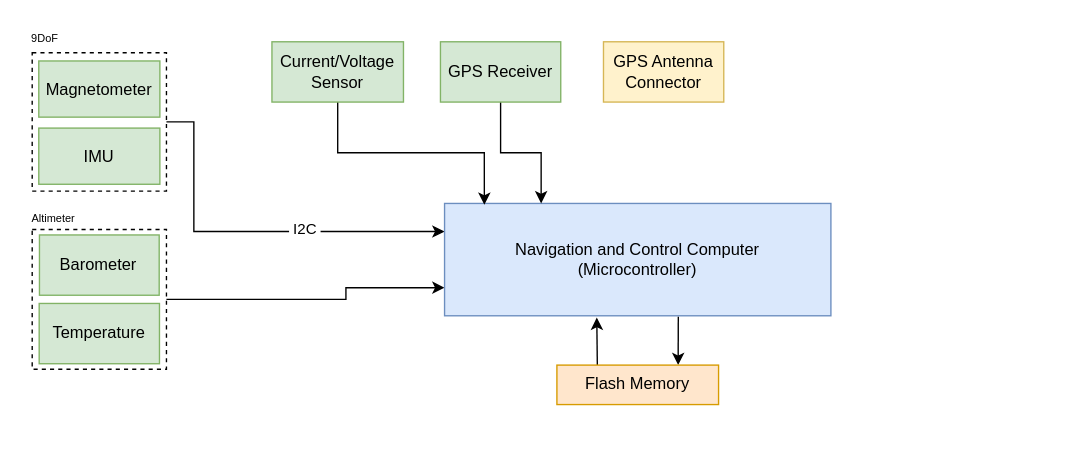
haloship/docs keeps this draw.io diagram as Untitled Diagram.drawio. Above is the earlier version. Source tidied: cells renumbered, new cells numbered last; positions are measured from the earlier drawing's top-left corner, leaving out a move shared by most shapes. Both pictures are drawn from the tidied source at 137%, with x=0, y=0 at pixel (23, 23).
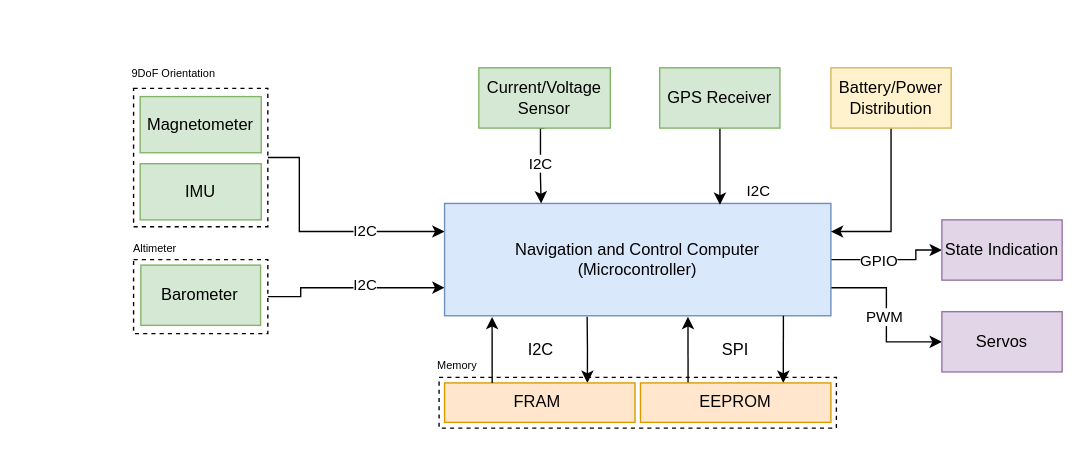
The same page after the edit.

Unchanged cells that the change refers to:
```xml
<mxCell id="7" value="Navigation and Control Computer&lt;br&gt;(Microcontroller)" style="rounded=0;whiteSpace=wrap;html=1;fillColor=#dae8fc;strokeColor=#6c8ebf;" parent="1" vertex="1">
  <mxGeometry x="307" y="131" width="282" height="82" as="geometry" />
</mxCell>
```

Diff of the diagram source:
```diff
@@
     <mxCell id="2" style="edgeStyle=orthogonalEdgeStyle;rounded=0;jettySize=auto;html=1;exitX=1;exitY=0.5;exitDx=0;exitDy=0;entryX=0;entryY=0.75;entryDx=0;entryDy=0;" parent="1" edge="1" source="3" target="7">
       <mxGeometry relative="1" as="geometry">
         <Array as="points">
-          <mxPoint x="235" y="201" />
-          <mxPoint x="235" y="193" />
+          <mxPoint x="202" y="199" />
+          <mxPoint x="202" y="193" />
         </Array>
       </mxGeometry>
     </mxCell>
-    <mxCell id="3" style="rounded=0;whiteSpace=wrap;html=1;fillColor=none;dashed=1;" parent="1" vertex="1">
-      <mxGeometry x="6" y="150" width="98" height="102" as="geometry" />
-    </mxCell>
+    <mxCell id="22" value="I2C" style="edgeLabel;html=1;align=center;verticalAlign=middle;" parent="2" vertex="1">
+      <mxGeometry x="-0.01" y="2" relative="1" as="geometry">
+        <mxPoint x="9.6" as="offset" />
+      </mxGeometry>
+    </mxCell>
     <mxCell id="4" style="edgeStyle=orthogonalEdgeStyle;rounded=0;jettySize=auto;html=1;exitX=1;exitY=0.5;exitDx=0;exitDy=0;entryX=0;entryY=0.25;entryDx=0;entryDy=0;" parent="1" edge="1" source="6" target="7">
       <mxGeometry relative="1" as="geometry">
         <Array as="points">
-          <mxPoint x="124" y="71" />
-          <mxPoint x="124" y="151" />
+          <mxPoint x="201" y="97" />
+          <mxPoint x="201" y="151" />
         </Array>
       </mxGeometry>
     </mxCell>
-    <mxCell id="5" value="&amp;nbsp;I2C&amp;nbsp;" style="edgeLabel;html=1;align=center;verticalAlign=middle;" parent="4" vertex="1">
-      <mxGeometry x="0.27" y="2" relative="1" as="geometry" />
+    <mxCell id="5" value="I2C" style="edgeLabel;html=1;align=center;verticalAlign=middle;" parent="4" vertex="1">
+      <mxGeometry x="0.27" y="2" relative="1" as="geometry">
+        <mxPoint x="8.4" y="0.5" as="offset" />
+      </mxGeometry>
     </mxCell>
     <mxCell id="6" style="rounded=0;whiteSpace=wrap;html=1;fillColor=none;dashed=1;" parent="1" vertex="1">
-      <mxGeometry x="6" y="21" width="98" height="101" as="geometry" />
+      <mxGeometry x="80" y="47" width="98" height="101" as="geometry" />
     </mxCell>
+    <mxCell id="23" style="edgeStyle=orthogonalEdgeStyle;rounded=0;jettySize=auto;html=1;exitX=1;exitY=0.5;exitDx=0;exitDy=0;entryX=0;entryY=0.5;entryDx=0;entryDy=0;startArrow=none;startFill=0;endArrow=classic;endFill=1;" parent="1" edge="1" source="7" target="41">
+      <mxGeometry relative="1" as="geometry">
+        <Array as="points">
+          <mxPoint x="651" y="172" />
+          <mxPoint x="651" y="165" />
+        </Array>
+      </mxGeometry>
+    </mxCell>
+    <mxCell id="24" value="GPIO" style="edgeLabel;html=1;align=center;verticalAlign=middle;" parent="23" vertex="1">
+      <mxGeometry x="-0.74" y="-1" relative="1" as="geometry">
+        <mxPoint x="23.5" y="-1" as="offset" />
+      </mxGeometry>
+    </mxCell>
+    <mxCell id="25" style="edgeStyle=orthogonalEdgeStyle;rounded=0;jettySize=auto;html=1;exitX=1;exitY=0.75;exitDx=0;exitDy=0;entryX=0;entryY=0.5;entryDx=0;entryDy=0;startArrow=none;startFill=0;endArrow=classic;endFill=1;" parent="1" edge="1" source="7" target="42">
+      <mxGeometry relative="1" as="geometry" />
+    </mxCell>
+    <mxCell id="26" value="PWM" style="edgeLabel;html=1;align=center;verticalAlign=middle;" parent="25" vertex="1">
+      <mxGeometry x="-0.35" y="-11" relative="1" as="geometry">
+        <mxPoint x="-0.9" y="9.5" as="offset" />
+      </mxGeometry>
+    </mxCell>
@@
     <mxCell id="8" value="IMU" style="rounded=0;whiteSpace=wrap;html=1;fillColor=#d5e8d4;strokeColor=#82b366;" parent="1" vertex="1">
-      <mxGeometry x="10.8" y="76" width="88.4" height="41" as="geometry" />
+      <mxGeometry x="84.8" y="102" width="88.4" height="41" as="geometry" />
     </mxCell>
-    <mxCell id="9" value="Barometer" style="rounded=0;whiteSpace=wrap;html=1;fillColor=#d5e8d4;strokeColor=#82b366;" parent="1" vertex="1">
-      <mxGeometry x="11.3" y="154" width="87.4" height="44" as="geometry" />
-    </mxCell>
-    <mxCell id="10" value="Temperature" style="rounded=0;whiteSpace=wrap;html=1;fillColor=#d5e8d4;strokeColor=#82b366;" parent="1" vertex="1">
-      <mxGeometry x="11.1" y="204" width="87.8" height="44" as="geometry" />
-    </mxCell>
     <mxCell id="11" value="Magnetometer" style="rounded=0;whiteSpace=wrap;html=1;fillColor=#d5e8d4;strokeColor=#82b366;" parent="1" vertex="1">
-      <mxGeometry x="10.8" y="27" width="88.4" height="41" as="geometry" />
+      <mxGeometry x="84.8" y="53" width="88.4" height="41" as="geometry" />
     </mxCell>
-    <mxCell id="12" value="&lt;font style=&quot;font-size: 8px&quot;&gt;9DoF&lt;/font&gt;" style="text;html=1;align=center;verticalAlign=middle;" parent="1" vertex="1">
-      <mxGeometry width="30" height="20" as="geometry" />
+    <mxCell id="12" value="&lt;font style=&quot;font-size: 8px&quot;&gt;9DoF Orientation&lt;/font&gt;" style="text;html=1;align=left;verticalAlign=middle;" parent="1" vertex="1">
+      <mxGeometry x="77" y="25" width="71" height="20" as="geometry" />
     </mxCell>
-    <mxCell id="13" value="&lt;font style=&quot;font-size: 8px&quot;&gt;Altimeter&lt;/font&gt;" style="text;html=1;align=left;verticalAlign=middle;" parent="1" vertex="1">
-      <mxGeometry x="4" y="131" width="42" height="20" as="geometry" />
-    </mxCell>
-    <mxCell id="14" style="edgeStyle=orthogonalEdgeStyle;rounded=0;jettySize=auto;html=1;exitX=0.5;exitY=1;exitDx=0;exitDy=0;entryX=0.25;entryY=0;entryDx=0;entryDy=0;" parent="1" edge="1" source="15" target="7">
-      <mxGeometry relative="1" as="geometry" />
+    <mxCell id="14" style="edgeStyle=orthogonalEdgeStyle;rounded=0;jettySize=auto;html=1;exitX=0.5;exitY=1;exitDx=0;exitDy=0;" parent="1" edge="1" source="15">
+      <mxGeometry relative="1" as="geometry">
+        <mxPoint x="508" y="132" as="targetPoint" />
+        <Array as="points">
+          <mxPoint x="508" y="132" />
+        </Array>
+      </mxGeometry>
     </mxCell>
+    <mxCell id="27" value="I2C" style="edgeLabel;html=1;align=center;verticalAlign=middle;" parent="14" vertex="1">
+      <mxGeometry x="1" y="21" relative="1" as="geometry">
+        <mxPoint x="6.8" y="-10.2" as="offset" />
+      </mxGeometry>
+    </mxCell>
     <mxCell id="15" value="GPS Receiver" style="rounded=0;whiteSpace=wrap;html=1;fillColor=#d5e8d4;strokeColor=#82b366;" parent="1" vertex="1">
-      <mxGeometry x="304" y="13" width="87.8" height="44" as="geometry" />
+      <mxGeometry x="464" y="32" width="87.8" height="44" as="geometry" />
     </mxCell>
-    <mxCell id="16" style="edgeStyle=orthogonalEdgeStyle;rounded=0;jettySize=auto;html=1;exitX=0.5;exitY=1;exitDx=0;exitDy=0;entryX=0.103;entryY=0.012;entryDx=0;entryDy=0;entryPerimeter=0;" parent="1" edge="1" source="17" target="7">
-      <mxGeometry relative="1" as="geometry" />
+    <mxCell id="16" style="edgeStyle=orthogonalEdgeStyle;rounded=0;jettySize=auto;html=1;exitX=0.5;exitY=1;exitDx=0;exitDy=0;entryX=0.25;entryY=0;entryDx=0;entryDy=0;" parent="1" edge="1" source="17" target="7">
+      <mxGeometry relative="1" as="geometry">
+        <Array as="points">
+          <mxPoint x="377" y="112" />
+          <mxPoint x="377" y="112" />
+        </Array>
+      </mxGeometry>
     </mxCell>
+    <mxCell id="28" value="I2C" style="edgeLabel;html=1;align=center;verticalAlign=middle;" parent="16" vertex="1">
+      <mxGeometry x="-0.04" y="2" relative="1" as="geometry">
+        <mxPoint x="-2.5" y="0.7" as="offset" />
+      </mxGeometry>
+    </mxCell>
     <mxCell id="17" value="Current/Voltage Sensor" style="rounded=0;whiteSpace=wrap;html=1;fillColor=#d5e8d4;strokeColor=#82b366;" parent="1" vertex="1">
-      <mxGeometry x="181" y="13" width="96" height="44" as="geometry" />
+      <mxGeometry x="332" y="32" width="96" height="44" as="geometry" />
     </mxCell>
-    <mxCell id="18" style="edgeStyle=orthogonalEdgeStyle;rounded=0;jettySize=auto;html=1;exitX=0.25;exitY=0;exitDx=0;exitDy=0;entryX=0.394;entryY=1.016;entryDx=0;entryDy=0;entryPerimeter=0;" parent="1" edge="1" source="20" target="7">
-      <mxGeometry relative="1" as="geometry" />
-    </mxCell>
-    <mxCell id="19" style="edgeStyle=orthogonalEdgeStyle;rounded=0;jettySize=auto;html=1;exitX=0.75;exitY=0;exitDx=0;exitDy=0;entryX=0.605;entryY=1.009;entryDx=0;entryDy=0;entryPerimeter=0;startArrow=classic;startFill=1;endArrow=none;endFill=0;" parent="1" edge="1" source="20" target="7">
-      <mxGeometry relative="1" as="geometry" />
-    </mxCell>
+    <mxCell id="29" style="edgeStyle=orthogonalEdgeStyle;rounded=0;jettySize=auto;html=1;exitX=0.75;exitY=0;exitDx=0;exitDy=0;entryX=0.369;entryY=1.009;entryDx=0;entryDy=0;entryPerimeter=0;startArrow=classic;startFill=1;endArrow=none;endFill=0;" parent="1" edge="1" source="20" target="7">
+      <mxGeometry relative="1" as="geometry" />
+    </mxCell>
+    <mxCell id="30" style="edgeStyle=orthogonalEdgeStyle;rounded=0;jettySize=auto;html=1;exitX=0.25;exitY=0;exitDx=0;exitDy=0;startArrow=none;startFill=0;endArrow=classic;endFill=1;entryX=0.63;entryY=1.009;entryDx=0;entryDy=0;entryPerimeter=0;" parent="1" edge="1" source="37" target="7">
+      <mxGeometry relative="1" as="geometry" />
+    </mxCell>
+    <mxCell id="31" style="edgeStyle=orthogonalEdgeStyle;rounded=0;jettySize=auto;html=1;exitX=0.75;exitY=0;exitDx=0;exitDy=0;entryX=0.877;entryY=1;entryDx=0;entryDy=0;entryPerimeter=0;startArrow=classic;startFill=1;endArrow=none;endFill=0;" parent="1" edge="1" source="37" target="7">
+      <mxGeometry relative="1" as="geometry" />
+    </mxCell>
+    <mxCell id="32" value="&lt;font style=&quot;font-size: 8px&quot;&gt;Memory&lt;/font&gt;" style="text;html=1;align=left;verticalAlign=middle;" parent="1" vertex="1">
+      <mxGeometry x="300" y="238" width="39" height="20" as="geometry" />
+    </mxCell>
+    <mxCell id="33" style="edgeStyle=orthogonalEdgeStyle;rounded=0;jettySize=auto;html=1;exitX=0.5;exitY=1;exitDx=0;exitDy=0;entryX=1;entryY=0.25;entryDx=0;entryDy=0;startArrow=none;startFill=0;endArrow=classic;endFill=1;" parent="1" edge="1" source="34" target="7">
+      <mxGeometry relative="1" as="geometry" />
+    </mxCell>
+    <mxCell id="34" value="Battery/Power Distribution" style="rounded=0;whiteSpace=wrap;html=1;fillColor=#fff2cc;strokeColor=#d6b656;" parent="1" vertex="1">
+      <mxGeometry x="589" y="32" width="87.8" height="44" as="geometry" />
+    </mxCell>
+    <mxCell id="35" style="group;" parent="1" vertex="1">
+      <mxGeometry x="303" y="258" width="290" height="37" as="geometry" />
+    </mxCell>
+    <mxCell id="36" style="rounded=0;whiteSpace=wrap;html=1;fillColor=none;dashed=1;" parent="35" vertex="1">
+      <mxGeometry width="290" height="37" as="geometry" />
+    </mxCell>
-    <mxCell id="20" value="Flash Memory" style="rounded=0;whiteSpace=wrap;html=1;fillColor=#ffe6cc;strokeColor=#d79b00;" parent="1" vertex="1">
-      <mxGeometry x="389" y="249" width="118" height="28.8" as="geometry" />
+    <mxCell id="20" value="FRAM&amp;nbsp;" style="rounded=0;whiteSpace=wrap;html=1;fillColor=#ffe6cc;strokeColor=#d79b00;" parent="35" vertex="1">
+      <mxGeometry x="4" y="4" width="139" height="28.8" as="geometry" />
     </mxCell>
-    <mxCell id="21" value="GPS Antenna Connector" style="rounded=0;whiteSpace=wrap;html=1;fillColor=#fff2cc;strokeColor=#d6b656;" parent="1" vertex="1">
-      <mxGeometry x="423" y="13" width="87.8" height="44" as="geometry" />
-    </mxCell>
+    <mxCell id="37" value="EEPROM" style="rounded=0;whiteSpace=wrap;html=1;fillColor=#ffe6cc;strokeColor=#d79b00;" parent="35" vertex="1">
+      <mxGeometry x="147" y="4" width="139" height="28.8" as="geometry" />
+    </mxCell>
+    <mxCell id="38" style="edgeStyle=orthogonalEdgeStyle;rounded=0;jettySize=auto;html=1;exitX=0.25;exitY=0;exitDx=0;exitDy=0;entryX=0.123;entryY=1.01;entryDx=0;entryDy=0;entryPerimeter=0;startArrow=none;startFill=0;endArrow=classic;endFill=1;" parent="1" edge="1" source="20" target="7">
+      <mxGeometry relative="1" as="geometry" />
+    </mxCell>
+    <mxCell id="39" value="I2C" style="text;html=1;align=center;verticalAlign=middle;" parent="1" vertex="1">
+      <mxGeometry x="362" y="229" width="29" height="18" as="geometry" />
+    </mxCell>
+    <mxCell id="40" value="SPI" style="text;html=1;align=center;verticalAlign=middle;" parent="1" vertex="1">
+      <mxGeometry x="504" y="229" width="29" height="18" as="geometry" />
+    </mxCell>
+    <mxCell id="41" value="State Indication" style="rounded=0;whiteSpace=wrap;html=1;fillColor=#e1d5e7;strokeColor=#9673a6;" parent="1" vertex="1">
+      <mxGeometry x="670" y="143" width="87.8" height="44" as="geometry" />
+    </mxCell>
+    <mxCell id="42" value="Servos" style="rounded=0;whiteSpace=wrap;html=1;fillColor=#e1d5e7;strokeColor=#9673a6;" parent="1" vertex="1">
+      <mxGeometry x="670" y="210" width="87.8" height="44" as="geometry" />
+    </mxCell>
+    <mxCell id="43" style="group;" parent="1" vertex="1">
+      <mxGeometry x="78" y="153" width="100" height="121" as="geometry" />
+    </mxCell>
+    <mxCell id="3" style="rounded=0;whiteSpace=wrap;html=1;fillColor=none;dashed=1;" parent="43" vertex="1">
+      <mxGeometry x="2" y="19" width="98" height="54" as="geometry" />
+    </mxCell>
+    <mxCell id="9" value="Barometer" style="rounded=0;whiteSpace=wrap;html=1;fillColor=#d5e8d4;strokeColor=#82b366;" parent="43" vertex="1">
+      <mxGeometry x="7.3" y="23" width="87.4" height="44" as="geometry" />
+    </mxCell>
+    <mxCell id="13" value="&lt;font style=&quot;font-size: 8px&quot;&gt;Altimeter&lt;/font&gt;" style="text;html=1;align=left;verticalAlign=middle;" parent="43" vertex="1">
+      <mxGeometry width="42" height="20" as="geometry" />
+    </mxCell>
```
